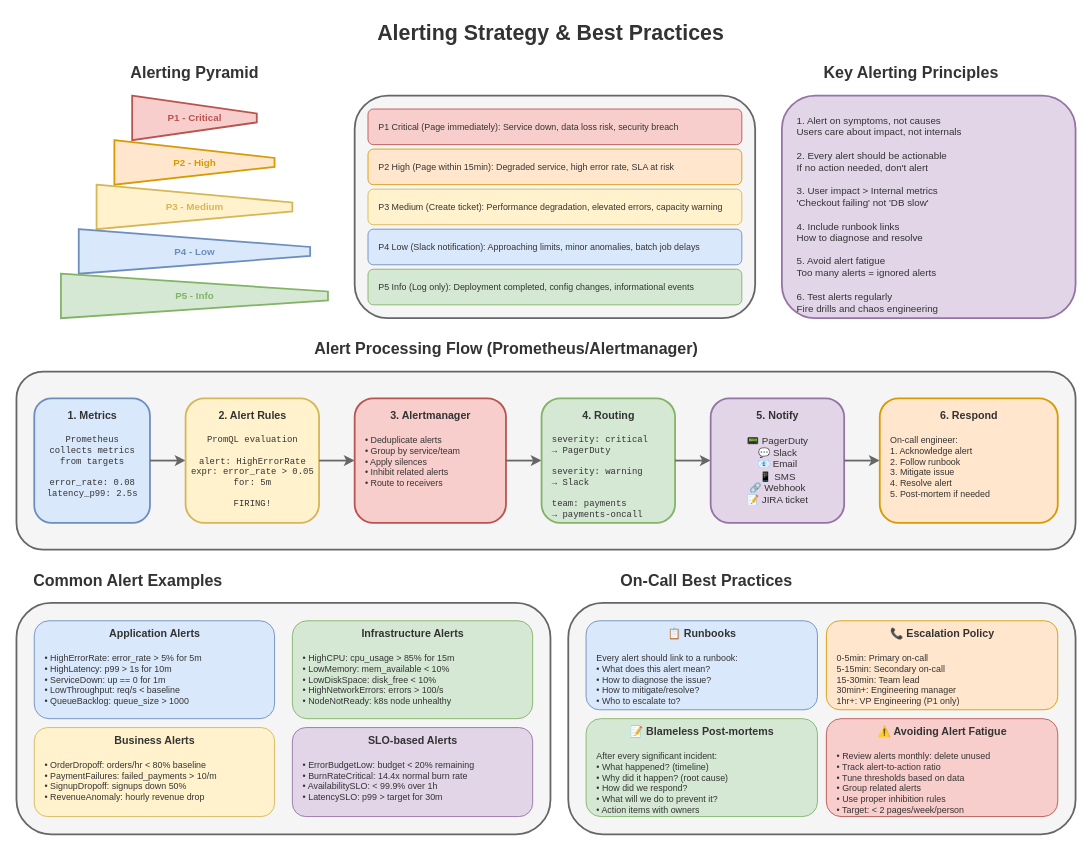
This is lesson-09-observability-monitoring/diagrams/5.1-alerting-strategy.drawio from MrParkerZ7/document-lesson-software-architect-x-claude, a draw.io file, before an edit. Source tidied: cells renumbered, new cells numbered last; positions are measured from the earlier drawing's top-left corner, leaving out a move shared by most shapes. Both pictures are drawn from the tidied source at 89%, with x=0, y=0 at pixel (16, 15).
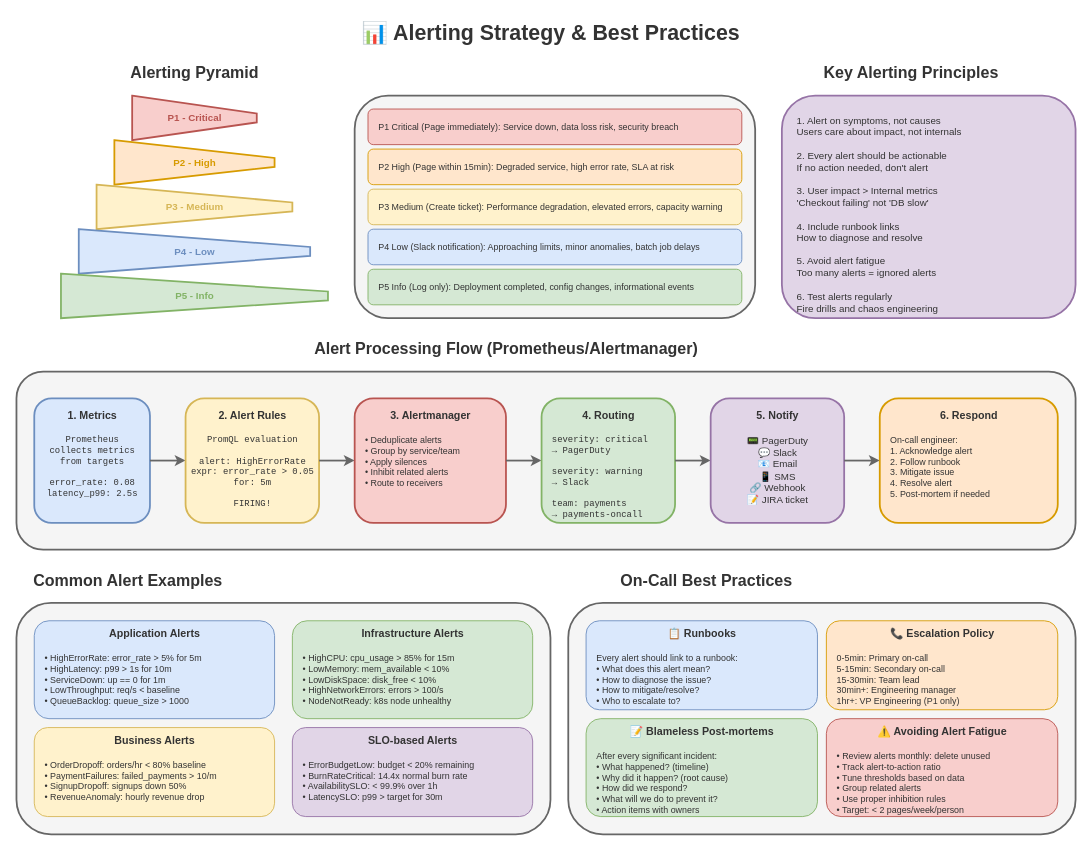
The same page after the edit.

Change to the diagram source:
```diff
@@
-    <mxCell id="2" value="Alerting Strategy &amp; Best Practices" style="text;html=1;strokeColor=none;fillColor=none;align=center;verticalAlign=middle;fontSize=24;fontStyle=1;fontColor=#333333;" parent="1" vertex="1">
+    <mxCell id="2" value="📊 Alerting Strategy &amp; Best Practices" style="text;html=1;strokeColor=none;fillColor=none;align=center;verticalAlign=middle;fontSize=24;fontStyle=1;fontColor=#333333;" parent="1" vertex="1">
       <mxGeometry x="300" width="600" height="40" as="geometry" />
     </mxCell>
```
